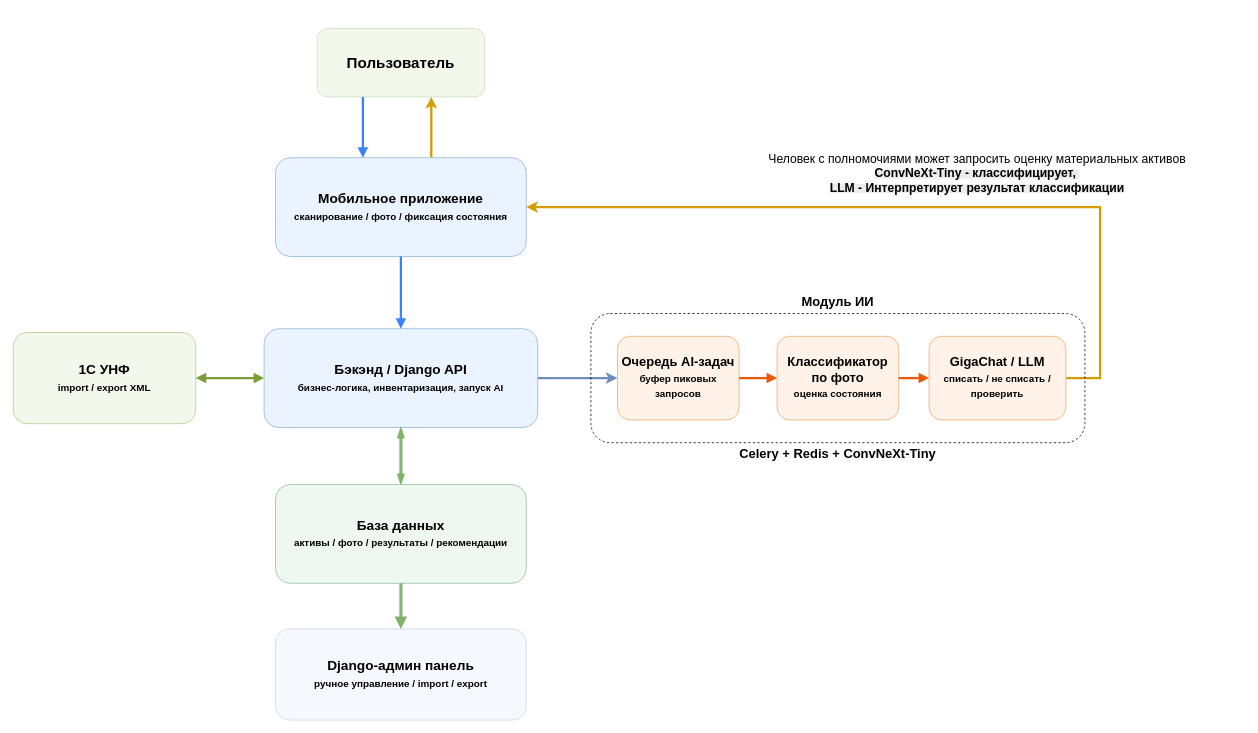
The draw.io diagram Скрины тестов/architecture-smartinv.drawio in gimmesec/Smartinv, before the edit. Source tidied: cells renumbered, new cells numbered last; positions are measured from the earlier drawing's top-left corner, leaving out a move shared by most shapes. Both pictures are drawn from the tidied source at 76%, with x=0, y=0 at pixel (13, 28).
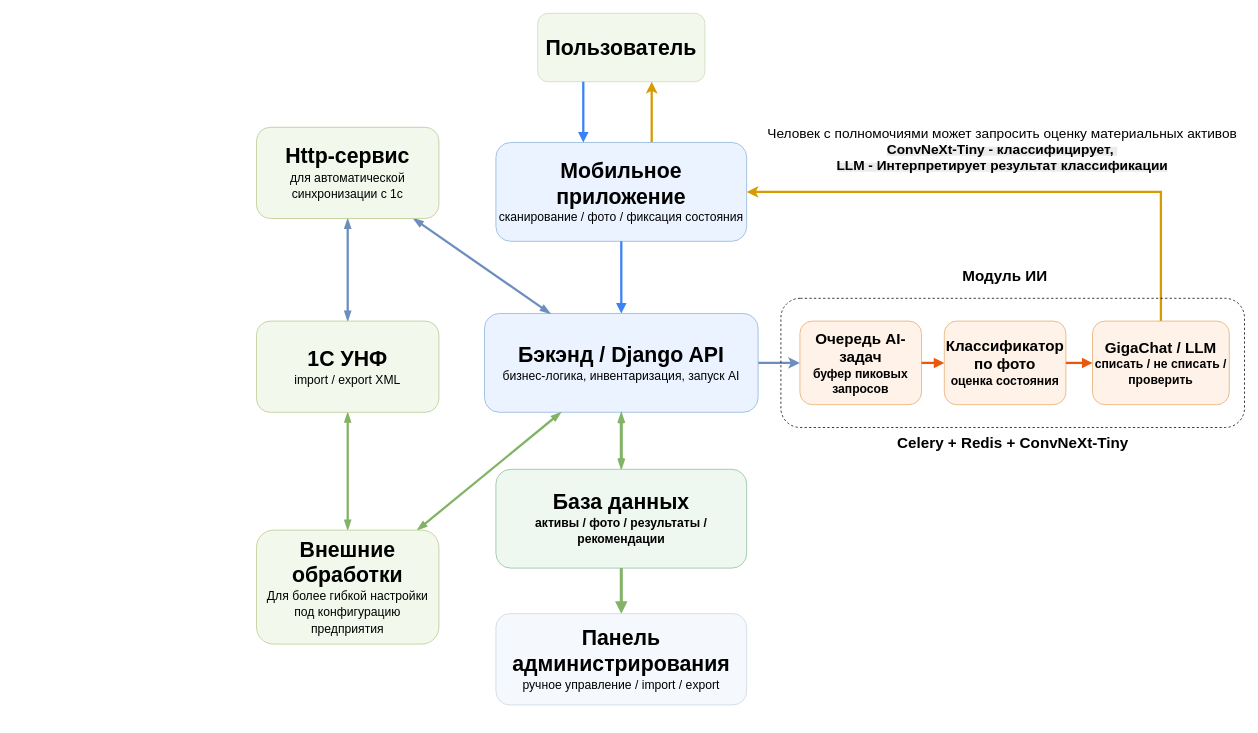
The same diagram, later.

What changed in the source:
```diff
@@
-    <mxCell id="2" value="Пользователь" style="rounded=1;whiteSpace=wrap;html=1;fillColor=#f3f8ec;strokeColor=#c8dcb8;fontStyle=1;fontSize=20;align=center;verticalAlign=middle;" parent="1" vertex="1">
-      <mxGeometry x="400" width="220" height="90" as="geometry" />
+    <mxCell id="2" value="&lt;font style=&quot;font-size: 28px;&quot;&gt;Пользователь&lt;/font&gt;" style="rounded=1;whiteSpace=wrap;html=1;fillColor=#f3f8ec;strokeColor=#c8dcb8;fontStyle=1;fontSize=20;align=center;verticalAlign=middle;" parent="1" vertex="1">
+      <mxGeometry x="690" y="-20" width="220" height="90" as="geometry" />
     </mxCell>
     <mxCell id="3" style="edgeStyle=orthogonalEdgeStyle;rounded=0;jettySize=auto;html=1;fillColor=#ffe6cc;strokeColor=#d79b00;strokeWidth=3;" parent="1" edge="1" source="4" target="2">
       <mxGeometry relative="1" as="geometry">
         <Array as="points">
-          <mxPoint x="550" y="120" />
-          <mxPoint x="550" y="120" />
+          <mxPoint x="840" y="100" />
+          <mxPoint x="840" y="100" />
         </Array>
       </mxGeometry>
     </mxCell>
-    <mxCell id="4" value="Мобильное приложение&lt;br&gt;&lt;font style=&quot;font-size:13px;&quot;&gt;сканирование / фото / фиксация состояния&lt;/font&gt;" style="rounded=1;whiteSpace=wrap;html=1;fillColor=#eaf3ff;strokeColor=#8cb3d9;fontStyle=1;fontSize=18;align=center;verticalAlign=middle;" parent="1" vertex="1">
-      <mxGeometry x="345" y="170" width="330" height="130" as="geometry" />
+    <mxCell id="4" value="&lt;font style=&quot;font-size: 28px;&quot;&gt;Мобильное приложение&lt;/font&gt;&lt;br&gt;&lt;font style=&quot;font-size: 16px; font-weight: normal;&quot;&gt;сканирование / фото / фиксация состояния&lt;/font&gt;" style="rounded=1;whiteSpace=wrap;html=1;fillColor=#eaf3ff;strokeColor=#8cb3d9;fontStyle=1;fontSize=18;align=center;verticalAlign=middle;" parent="1" vertex="1">
+      <mxGeometry x="635" y="150" width="330" height="130" as="geometry" />
     </mxCell>
@@
-    <mxCell id="6" value="Бэкэнд / Django API&lt;br&gt;&lt;font style=&quot;font-size:13px;&quot;&gt;бизнес-логика, инвентаризация, запуск AI&lt;/font&gt;" style="rounded=1;whiteSpace=wrap;html=1;fillColor=#eaf3ff;strokeColor=#8cb3d9;fontStyle=1;fontSize=18;align=center;verticalAlign=middle;" parent="1" vertex="1">
-      <mxGeometry x="330" y="395" width="360" height="130" as="geometry" />
+    <mxCell id="6" value="&lt;font style=&quot;font-size: 28px;&quot;&gt;Бэкэнд / Django API&lt;/font&gt;&lt;br&gt;&lt;font style=&quot;font-size: 16px; font-weight: normal;&quot;&gt;бизнес-логика, инвентаризация, запуск AI&lt;/font&gt;" style="rounded=1;whiteSpace=wrap;html=1;fillColor=#eaf3ff;strokeColor=#8cb3d9;fontStyle=1;fontSize=18;align=center;verticalAlign=middle;" parent="1" vertex="1">
+      <mxGeometry x="620" y="375" width="360" height="130" as="geometry" />
     </mxCell>
@@
-    <mxCell id="8" value="База данных&lt;br&gt;&lt;font style=&quot;font-size:13px;&quot;&gt;активы / фото / результаты / рекомендации&lt;/font&gt;" style="rounded=1;whiteSpace=wrap;html=1;fillColor=#eef8f1;strokeColor=#8fbe9d;fontStyle=1;fontSize=18;align=center;verticalAlign=middle;" parent="1" vertex="1">
-      <mxGeometry x="345" y="600" width="330" height="130" as="geometry" />
+    <mxCell id="8" value="&lt;font style=&quot;font-size: 28px;&quot;&gt;База данных&lt;/font&gt;&lt;br&gt;&lt;font style=&quot;font-size: 16px;&quot;&gt;активы / фото / результаты / рекомендации&lt;/font&gt;" style="rounded=1;whiteSpace=wrap;html=1;fillColor=#eef8f1;strokeColor=#8fbe9d;fontStyle=1;fontSize=18;align=center;verticalAlign=middle;" parent="1" vertex="1">
+      <mxGeometry x="635" y="580" width="330" height="130" as="geometry" />
     </mxCell>
-    <mxCell id="9" value="Django-админ панель&lt;br&gt;&lt;font style=&quot;font-size:13px;&quot;&gt;ручное управление / import / export&lt;/font&gt;" style="rounded=1;whiteSpace=wrap;html=1;fillColor=#f5f8fc;strokeColor=#c9d6e2;fontStyle=1;fontSize=18;align=center;verticalAlign=middle;" parent="1" vertex="1">
-      <mxGeometry x="345" y="790" width="330" height="120" as="geometry" />
+    <mxCell id="9" value="&lt;font style=&quot;font-size: 28px;&quot;&gt;Панель администрирования&lt;br&gt;&lt;/font&gt;&lt;font style=&quot;font-size: 16px; font-weight: normal;&quot;&gt;ручное управление / import / export&lt;/font&gt;" style="rounded=1;whiteSpace=wrap;html=1;fillColor=#f5f8fc;strokeColor=#c9d6e2;fontStyle=1;fontSize=18;align=center;verticalAlign=middle;" parent="1" vertex="1">
+      <mxGeometry x="635" y="770" width="330" height="120" as="geometry" />
     </mxCell>
-    <mxCell id="10" value="Очередь AI-задач&lt;br&gt;&lt;font style=&quot;font-size:13px;&quot;&gt;буфер пиковых запросов&lt;/font&gt;" style="rounded=1;whiteSpace=wrap;html=1;fillColor=#fff2e8;strokeColor=#e9a96b;fontStyle=1;fontSize=17;align=center;verticalAlign=middle;" parent="1" vertex="1">
-      <mxGeometry x="795" y="405" width="160" height="110" as="geometry" />
+    <mxCell id="10" value="&lt;font style=&quot;font-size: 20px;&quot;&gt;Очередь AI-задач&lt;/font&gt;&lt;br&gt;&lt;font style=&quot;font-size: 16px;&quot;&gt;буфер пиковых запросов&lt;/font&gt;" style="rounded=1;whiteSpace=wrap;html=1;fillColor=#fff2e8;strokeColor=#e9a96b;fontStyle=1;fontSize=17;align=center;verticalAlign=middle;" parent="1" vertex="1">
+      <mxGeometry x="1035" y="385" width="160" height="110" as="geometry" />
     </mxCell>
-    <mxCell id="11" value="Классификатор&lt;br&gt;по фото&lt;br&gt;&lt;font style=&quot;font-size:13px;&quot;&gt;оценка состояния&lt;/font&gt;" style="rounded=1;whiteSpace=wrap;html=1;fillColor=#fff2e8;strokeColor=#e9a96b;fontStyle=1;fontSize=17;align=center;verticalAlign=middle;" parent="1" vertex="1">
-      <mxGeometry x="1005" y="405" width="160" height="110" as="geometry" />
+    <mxCell id="11" value="&lt;font style=&quot;font-size: 20px;&quot;&gt;Классификатор&lt;br&gt;по фото&lt;/font&gt;&lt;br&gt;&lt;font style=&quot;font-size: 16px;&quot;&gt;оценка состояния&lt;/font&gt;" style="rounded=1;whiteSpace=wrap;html=1;fillColor=#fff2e8;strokeColor=#e9a96b;fontStyle=1;fontSize=17;align=center;verticalAlign=middle;" parent="1" vertex="1">
+      <mxGeometry x="1225" y="385" width="160" height="110" as="geometry" />
     </mxCell>
-    <mxCell id="12" value="&lt;font style=&quot;font-size: 16px;&quot;&gt;Человек с полномочиями может запросить оценку материальных активов&lt;/font&gt;&lt;div&gt;&lt;b style=&quot;white-space: normal; background-color: rgb(236, 236, 236);&quot;&gt;&lt;font style=&quot;font-size: 16px;&quot;&gt;ConvNeXt-Tiny - классифицирует,&amp;nbsp;&lt;br&gt;LLM - Интерпретирует результат классификации&lt;/font&gt;&lt;/b&gt;&lt;/div&gt;" style="edgeStyle=orthogonalEdgeStyle;rounded=0;jettySize=auto;html=1;entryX=1;entryY=0.5;entryDx=0;entryDy=0;strokeWidth=3;fillColor=#ffe6cc;strokeColor=#d79b00;" parent="1" edge="1" source="13" target="4">
-      <mxGeometry x="-0.16" y="-45" relative="1" as="geometry">
+    <mxCell id="12" value="&lt;font style=&quot;font-size: 18px;&quot;&gt;Человек с полномочиями может запросить оценку материальных активов&lt;/font&gt;&lt;div&gt;&lt;b style=&quot;white-space: normal; background-color: rgb(236, 236, 236);&quot;&gt;&lt;font style=&quot;font-size: 18px;&quot;&gt;ConvNeXt-Tiny - классифицирует,&amp;nbsp;&lt;br&gt;LLM - Интерпретирует результат классификации&lt;/font&gt;&lt;/b&gt;&lt;/div&gt;" style="edgeStyle=orthogonalEdgeStyle;rounded=0;jettySize=auto;html=1;entryX=1;entryY=0.5;entryDx=0;entryDy=0;strokeWidth=3;fillColor=#ffe6cc;strokeColor=#d79b00;" parent="1" edge="1" source="13" target="4">
+      <mxGeometry x="0.06" y="-55" relative="1" as="geometry">
         <Array as="points">
-          <mxPoint x="1430" y="235" />
+          <mxPoint x="1510" y="215" />
         </Array>
-        <mxPoint x="-1" as="offset" />
       </mxGeometry>
     </mxCell>
-    <mxCell id="13" value="GigaChat / LLM&lt;br&gt;&lt;font style=&quot;font-size:13px;&quot;&gt;списать / не списать / проверить&lt;/font&gt;" style="rounded=1;whiteSpace=wrap;html=1;fillColor=#fff2e8;strokeColor=#e9a96b;fontStyle=1;fontSize=17;align=center;verticalAlign=middle;" parent="1" vertex="1">
-      <mxGeometry x="1205" y="405" width="180" height="110" as="geometry" />
+    <mxCell id="13" value="&lt;font style=&quot;font-size: 20px;&quot;&gt;GigaChat / LLM&lt;br&gt;&lt;/font&gt;&lt;font style=&quot;font-size: 16px;&quot;&gt;списать / не списать / проверить&lt;/font&gt;" style="rounded=1;whiteSpace=wrap;html=1;fillColor=#fff2e8;strokeColor=#e9a96b;fontStyle=1;fontSize=17;align=center;verticalAlign=middle;" parent="1" vertex="1">
+      <mxGeometry x="1420" y="385" width="180" height="110" as="geometry" />
     </mxCell>
+    <mxCell id="24" style="rounded=0;jettySize=auto;html=1;startArrow=blockThin;startFill=1;endArrow=blockThin;endFill=1;strokeWidth=3;fillColor=#dae8fc;strokeColor=#6c8ebf;" parent="1" edge="1" source="14" target="27">
+      <mxGeometry relative="1" as="geometry" />
+    </mxCell>
+    <mxCell id="25" style="rounded=0;jettySize=auto;html=1;startArrow=blockThin;startFill=1;endArrow=blockThin;endFill=1;strokeWidth=3;fillColor=#d5e8d4;strokeColor=#82b366;" parent="1" edge="1" source="14" target="29">
+      <mxGeometry relative="1" as="geometry" />
+    </mxCell>
-    <mxCell id="14" value="1С УНФ&lt;br&gt;&lt;font style=&quot;font-size:13px;&quot;&gt;import / export XML&lt;/font&gt;" style="rounded=1;whiteSpace=wrap;html=1;fillColor=#f3f8ec;strokeColor=#b8c98b;fontStyle=1;fontSize=18;align=center;verticalAlign=middle;" parent="1" vertex="1">
-      <mxGeometry y="400" width="240" height="120" as="geometry" />
+    <mxCell id="14" value="&lt;font style=&quot;font-size: 28px;&quot;&gt;1С УНФ&lt;br&gt;&lt;/font&gt;&lt;font style=&quot;font-weight: normal; font-size: 16px;&quot;&gt;import / export XML&lt;/font&gt;" style="rounded=1;whiteSpace=wrap;html=1;fillColor=#f3f8ec;strokeColor=#b8c98b;fontStyle=1;fontSize=18;align=center;verticalAlign=middle;" parent="1" vertex="1">
+      <mxGeometry x="320" y="385" width="240" height="120" as="geometry" />
     </mxCell>
     <mxCell id="15" style="endArrow=block;endFill=1;strokeWidth=3;strokeColor=#3b82f6;" parent="1" edge="1">
       <mxGeometry relative="1" as="geometry">
-        <mxPoint x="460" y="90" as="sourcePoint" />
-        <mxPoint x="460" y="170" as="targetPoint" />
+        <mxPoint x="750" y="70" as="sourcePoint" />
+        <mxPoint x="750" y="150" as="targetPoint" />
       </mxGeometry>
     </mxCell>
@@
-    <mxCell id="20" style="endArrow=block;endFill=1;strokeWidth=3;strokeColor=#7c9d36;startArrow=block;startFill=1;" parent="1" edge="1" source="6" target="14">
-      <mxGeometry relative="1" as="geometry" />
-    </mxCell>
     <mxCell id="21" style="rounded=1;whiteSpace=wrap;html=1;fillColor=none;dashed=1;" parent="1" vertex="1">
-      <mxGeometry x="760" y="375" width="650" height="170" as="geometry" />
+      <mxGeometry x="1010" y="355" width="610" height="170" as="geometry" />
     </mxCell>
-    <mxCell id="22" value="&lt;font style=&quot;font-size: 17px;&quot;&gt;&lt;b&gt;Модуль ИИ&lt;/b&gt;&lt;/font&gt;" style="text;html=1;whiteSpace=wrap;strokeColor=none;fillColor=none;align=center;verticalAlign=middle;rounded=0;" parent="1" vertex="1">
-      <mxGeometry x="1025" y="345" width="120" height="30" as="geometry" />
+    <mxCell id="22" value="&lt;font&gt;&lt;b&gt;Модуль ИИ&lt;/b&gt;&lt;/font&gt;" style="text;html=1;whiteSpace=wrap;strokeColor=none;fillColor=none;align=center;verticalAlign=middle;rounded=0;fontSize=20;" parent="1" vertex="1">
+      <mxGeometry x="1245" y="310" width="120" height="30" as="geometry" />
     </mxCell>
-    <mxCell id="23" value="&lt;span style=&quot;font-size: 17px;&quot;&gt;&lt;b&gt;Celery + Redis + ConvNeXt-Tiny&lt;/b&gt;&lt;/span&gt;" style="text;html=1;whiteSpace=wrap;strokeColor=none;fillColor=none;align=center;verticalAlign=middle;rounded=0;" parent="1" vertex="1">
-      <mxGeometry x="935" y="545" width="300" height="30" as="geometry" />
+    <mxCell id="23" value="&lt;span&gt;&lt;b&gt;Celery + Redis + ConvNeXt-Tiny&lt;/b&gt;&lt;/span&gt;" style="text;html=1;whiteSpace=wrap;strokeColor=none;fillColor=none;align=center;verticalAlign=middle;rounded=0;fontSize=20;" parent="1" vertex="1">
+      <mxGeometry x="1152.5" y="530" width="325" height="30" as="geometry" />
     </mxCell>
+    <mxCell id="26" style="rounded=0;jettySize=auto;html=1;startArrow=blockThin;startFill=1;endArrow=blockThin;endFill=1;strokeWidth=3;fillColor=#dae8fc;strokeColor=#6c8ebf;" parent="1" edge="1" source="27" target="6">
+      <mxGeometry relative="1" as="geometry" />
+    </mxCell>
+    <mxCell id="27" value="&lt;font style=&quot;font-size: 28px;&quot;&gt;Http-сервис&lt;/font&gt;&lt;br&gt;&lt;font style=&quot;font-size: 16px; font-weight: normal;&quot;&gt;для автоматической синхронизации с 1с&lt;/font&gt;" style="rounded=1;whiteSpace=wrap;html=1;fillColor=#f3f8ec;strokeColor=#b8c98b;fontStyle=1;fontSize=18;align=center;verticalAlign=middle;" parent="1" vertex="1">
+      <mxGeometry x="320" y="130" width="240" height="120" as="geometry" />
+    </mxCell>
+    <mxCell id="28" style="rounded=0;jettySize=auto;html=1;startArrow=blockThin;startFill=1;endArrow=blockThin;endFill=1;strokeWidth=3;fillColor=#d5e8d4;strokeColor=#82b366;" parent="1" edge="1" source="29" target="6">
+      <mxGeometry relative="1" as="geometry" />
+    </mxCell>
+    <mxCell id="29" value="&lt;font style=&quot;font-size: 28px;&quot;&gt;Внешние обработки&lt;/font&gt;&lt;br&gt;&lt;font style=&quot;font-size: 16px; font-weight: normal;&quot;&gt;Для более гибкой настройки под конфигурацию предприятия&lt;/font&gt;" style="rounded=1;whiteSpace=wrap;html=1;fillColor=#f3f8ec;strokeColor=#b8c98b;fontStyle=1;fontSize=18;align=center;verticalAlign=middle;" parent="1" vertex="1">
+      <mxGeometry x="320" y="660" width="240" height="150" as="geometry" />
+    </mxCell>
```
